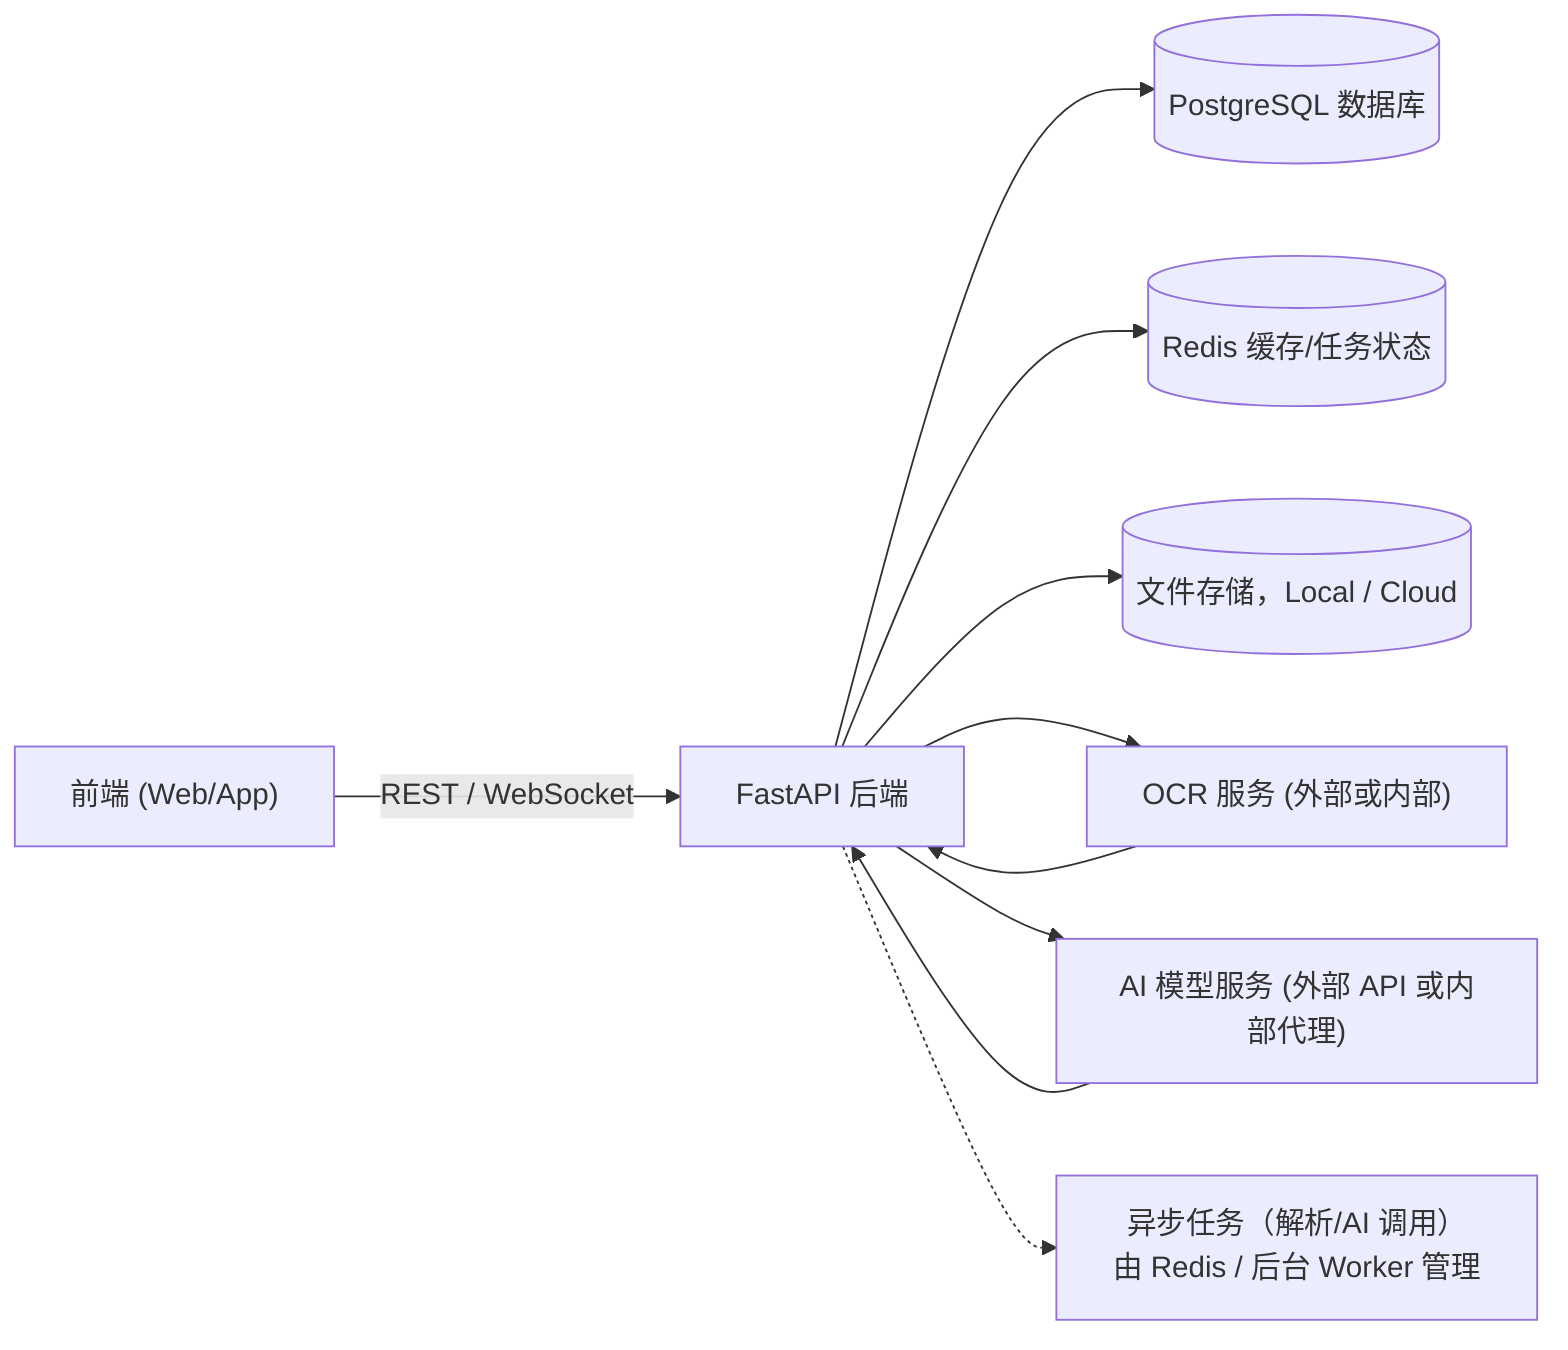
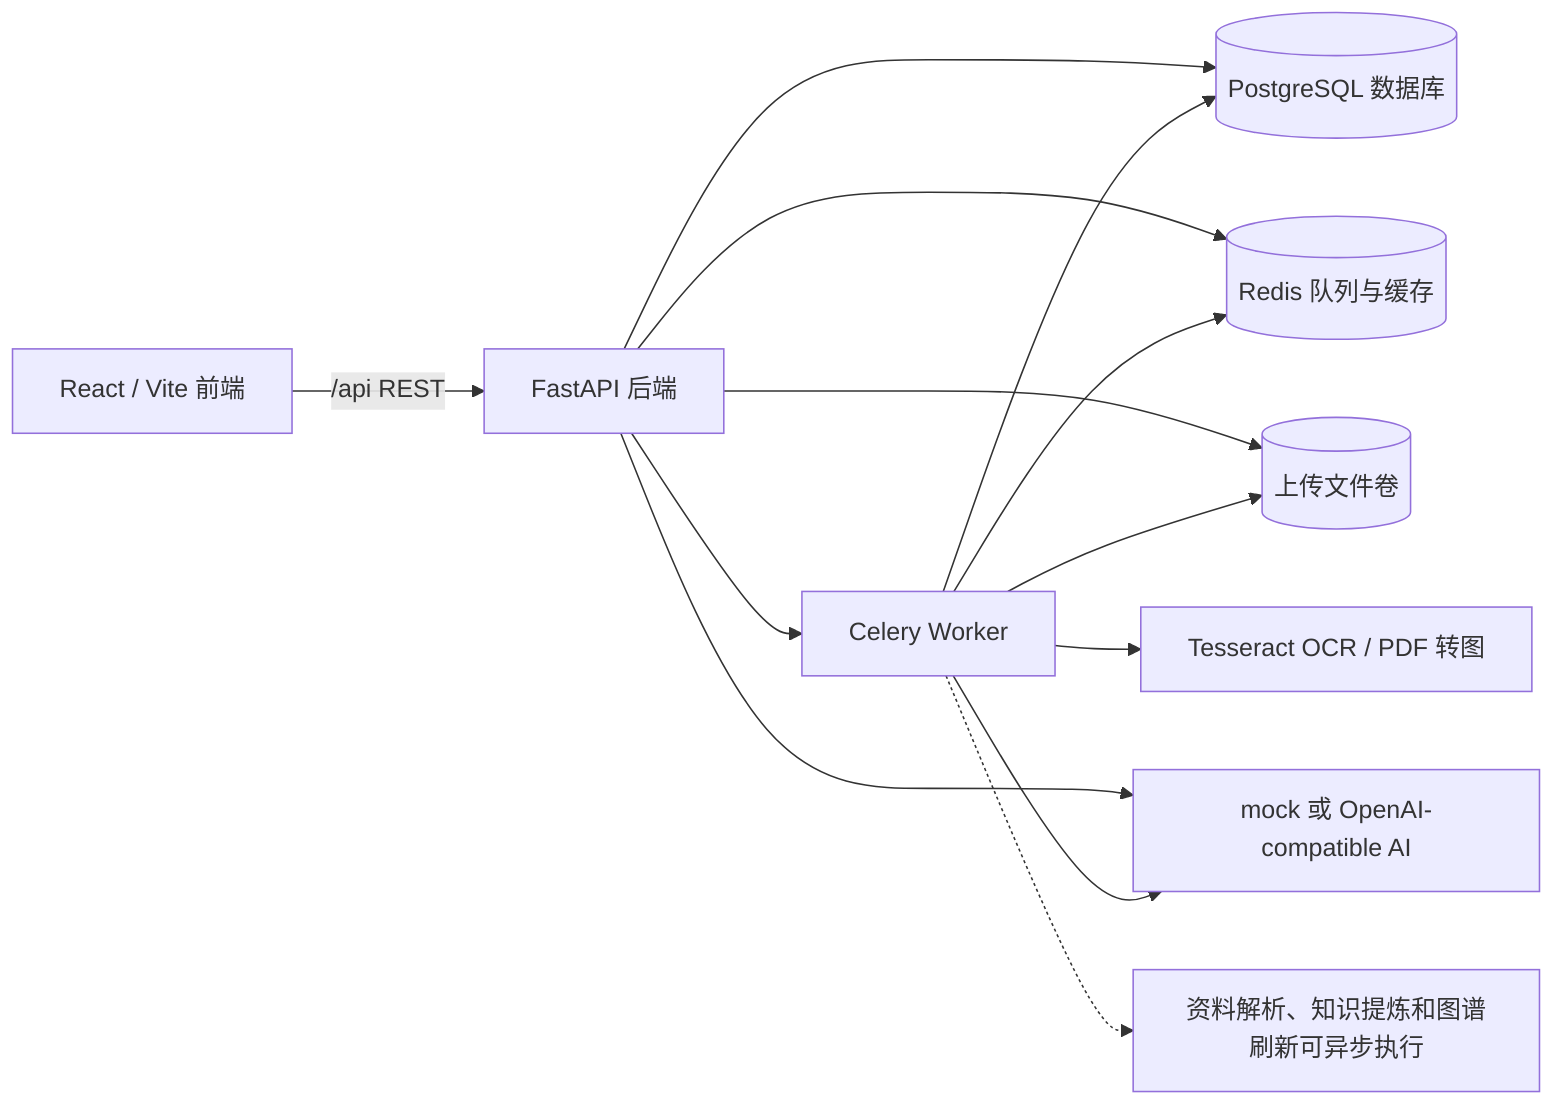
flowchart LR
-   Frontend["前端 (Web/App)"] -->|REST / WebSocket| API["FastAPI 后端"]
+   Frontend["React / Vite 前端"] -->|"/api REST"| API["FastAPI 后端"]
  API --> Postgres[(PostgreSQL 数据库)]
-   API --> Redis[(Redis 缓存/任务状态)]
-   API --> FileStore[(文件存储，Local / Cloud)]
-   API --> OCR["OCR 服务 (外部或内部)"]
-   API --> AI["AI 模型服务 (外部 API 或内部代理)"]
-   OCR --> API
-   AI --> API
+   API --> Redis[(Redis 队列与缓存)]
+   API --> Uploads[(上传文件卷)]
+   API --> Worker["Celery Worker"]
+   Worker --> Redis
+   Worker --> Postgres
+   Worker --> Uploads
+   Worker --> OCR["Tesseract OCR / PDF 转图"]
+   API --> AI["mock 或 OpenAI-compatible AI"]
+   Worker --> AI

-   Note["异步任务（解析/AI 调用）由 Redis / 后台 Worker 管理"]
-   API -.-> Note
+   Note["资料解析、知识提炼和图谱刷新可异步执行"]
+   Worker -.-> Note
